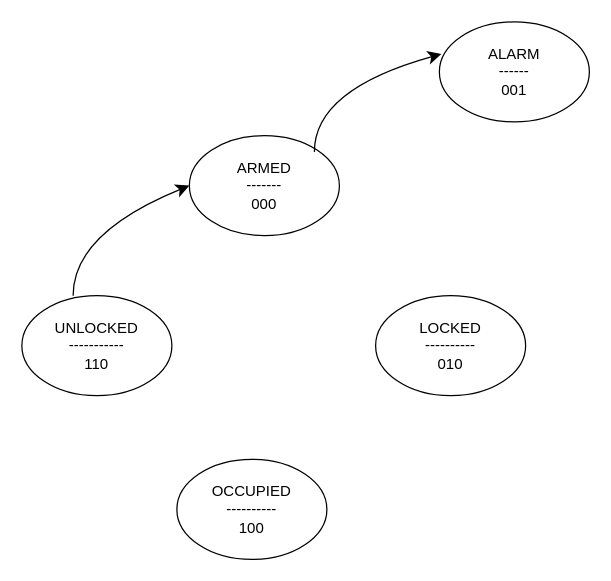
AthyoP30/PCB keeps this draw.io diagram as fsm_statediagram.drawio. Above is the earlier version. Source tidied: cells renumbered, new cells numbered last; positions are measured from the earlier drawing's top-left corner, leaving out a move shared by most shapes. Both pictures are drawn from the tidied source at 125%, with x=0, y=0 at pixel (21, 21).
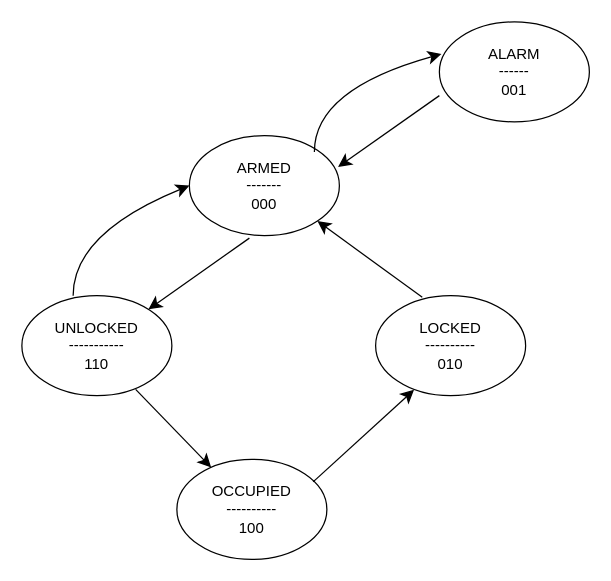
The same diagram, later.

Unchanged cells that the change refers to:
```xml
<mxCell id="2" value="ARMED&lt;br&gt;-------&lt;div&gt;000&lt;/div&gt;" style="ellipse;whiteSpace=wrap;html=1;" parent="1" vertex="1">
  <mxGeometry x="134" y="91" width="120" height="80" as="geometry" />
</mxCell>
<mxCell id="3" value="UNLOCKED&lt;div&gt;-----------&lt;/div&gt;&lt;div&gt;110&lt;/div&gt;" style="ellipse;whiteSpace=wrap;html=1;" parent="1" vertex="1">
  <mxGeometry y="219" width="120" height="80" as="geometry" />
</mxCell>
<mxCell id="4" value="OCCUPIED&lt;div&gt;----------&lt;/div&gt;&lt;div&gt;100&lt;/div&gt;" style="ellipse;whiteSpace=wrap;html=1;" parent="1" vertex="1">
  <mxGeometry x="124" y="350" width="120" height="80" as="geometry" />
</mxCell>
<mxCell id="5" value="LOCKED&lt;div&gt;----------&lt;/div&gt;&lt;div&gt;010&lt;/div&gt;" style="ellipse;whiteSpace=wrap;html=1;" parent="1" vertex="1">
  <mxGeometry x="283" y="219" width="120" height="80" as="geometry" />
</mxCell>
```

The edit, as a diff of the source:
```diff
@@
+    <mxCell id="9" style="endArrow=classic;html=1;rounded=0;fontSize=12;startSize=8;endSize=8;curved=1;" parent="1" edge="1" target="3">
+      <mxGeometry relative="1" as="geometry">
+        <mxPoint x="182" y="173" as="sourcePoint" />
+      </mxGeometry>
+    </mxCell>
+    <mxCell id="10" style="endArrow=classic;html=1;rounded=0;fontSize=12;startSize=8;endSize=8;curved=1;entryX=0.256;entryY=0.942;entryDx=0;entryDy=0;entryPerimeter=0;" parent="1" edge="1" target="5">
+      <mxGeometry relative="1" as="geometry">
+        <mxPoint x="233" y="368" as="sourcePoint" />
+      </mxGeometry>
+    </mxCell>
+    <mxCell id="11" style="endArrow=classic;html=1;rounded=0;fontSize=12;startSize=8;endSize=8;curved=1;entryX=1;entryY=1;entryDx=0;entryDy=0;exitX=0.311;exitY=0.017;exitDx=0;exitDy=0;exitPerimeter=0;" parent="1" edge="1" source="5" target="2">
+      <mxGeometry relative="1" as="geometry" />
+    </mxCell>
+    <mxCell id="12" style="endArrow=classic;html=1;rounded=0;fontSize=12;startSize=8;endSize=8;curved=1;" parent="1" edge="1">
+      <mxGeometry relative="1" as="geometry">
+        <mxPoint x="334" y="59" as="sourcePoint" />
+        <mxPoint x="253" y="116" as="targetPoint" />
+      </mxGeometry>
+    </mxCell>
+    <mxCell id="13" style="endArrow=classic;html=1;rounded=0;fontSize=12;startSize=8;endSize=8;curved=1;" parent="1" edge="1" target="4">
+      <mxGeometry relative="1" as="geometry">
+        <mxPoint x="91" y="294" as="sourcePoint" />
+      </mxGeometry>
+    </mxCell>
```
